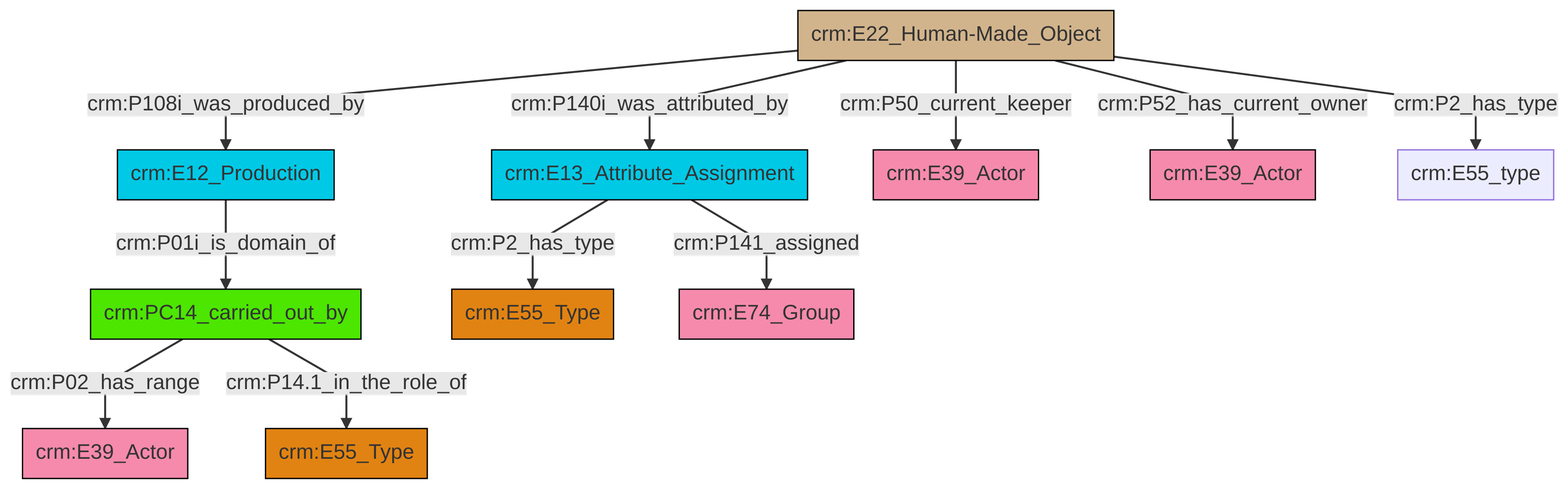
swiss-art-research-net/reference-data-models keeps this Mermaid diagram as et/artworkCSV/ttl/mmd/png/Artwork_Actor_Relations.png. Above is the earlier version. Its source is kept beside it as et/artworkCSV/ttl/mmd/Artwork_Actor_Relations.ttl.mmd.
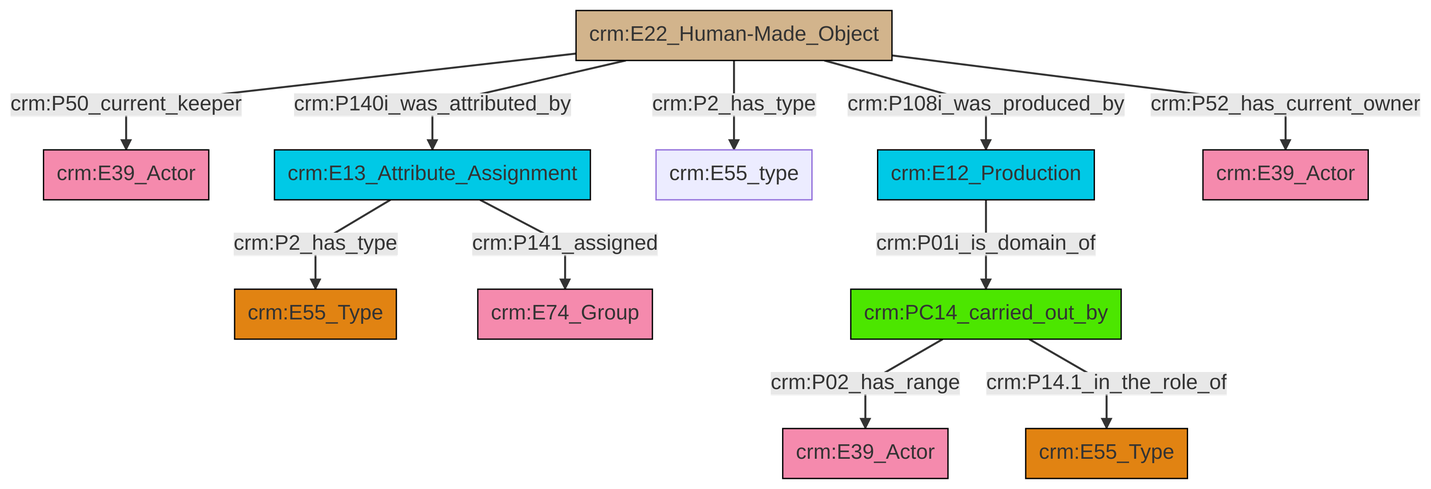
After the commit.

Change to the diagram source:
```diff
@@ -13,13 +13,13 @@
 classDef PC_Classes fill:#4ce600, stroke:#000000;
 classDef Multi fill:#cccccc,stroke:#000000;
 
-0["crm:E12_Production"]:::Temporal_Entity -->|crm:P01i_is_domain_of| 1["crm:PC14_carried_out_by"]:::PC_Classes
-4["crm:E22_Human-Made_Object"]:::Physical_Thing -->|crm:P140i_was_attributed_by| 5["crm:E13_Attribute_Assignment"]:::Temporal_Entity
-5["crm:E13_Attribute_Assignment"]:::Temporal_Entity -->|crm:P2_has_type| 2["crm:E55_Type"]:::Type
-4["crm:E22_Human-Made_Object"]:::Physical_Thing -->|crm:P50_current_keeper| 6["crm:E39_Actor"]:::Actor
-4["crm:E22_Human-Made_Object"]:::Physical_Thing -->|crm:P108i_was_produced_by| 0["crm:E12_Production"]:::Temporal_Entity
-4["crm:E22_Human-Made_Object"]:::Physical_Thing -->|crm:P52_has_current_owner| 14["crm:E39_Actor"]:::Actor
-4["crm:E22_Human-Made_Object"]:::Physical_Thing -->|crm:P2_has_type| 15["crm:E55_type"]:::Default
-1["crm:PC14_carried_out_by"]:::PC_Classes -->|crm:P02_has_range| 11["crm:E39_Actor"]:::Actor
-1["crm:PC14_carried_out_by"]:::PC_Classes -->|crm:P14.1_in_the_role_of| 7["crm:E55_Type"]:::Type
-5["crm:E13_Attribute_Assignment"]:::Temporal_Entity -->|crm:P141_assigned| 19["crm:E74_Group"]:::Actor
+0["crm:E22_Human-Made_Object"]:::Physical_Thing -->|crm:P50_current_keeper| 1["crm:E39_Actor"]:::Actor
+0["crm:E22_Human-Made_Object"]:::Physical_Thing -->|crm:P140i_was_attributed_by| 4["crm:E13_Attribute_Assignment"]:::Temporal_Entity
+0["crm:E22_Human-Made_Object"]:::Physical_Thing -->|crm:P2_has_type| 7["crm:E55_type"]:::Default
+4["crm:E13_Attribute_Assignment"]:::Temporal_Entity -->|crm:P2_has_type| 2["crm:E55_Type"]:::Type
+5["crm:PC14_carried_out_by"]:::PC_Classes -->|crm:P02_has_range| 14["crm:E39_Actor"]:::Actor
+0["crm:E22_Human-Made_Object"]:::Physical_Thing -->|crm:P108i_was_produced_by| 16["crm:E12_Production"]:::Temporal_Entity
+16["crm:E12_Production"]:::Temporal_Entity -->|crm:P01i_is_domain_of| 5["crm:PC14_carried_out_by"]:::PC_Classes
+5["crm:PC14_carried_out_by"]:::PC_Classes -->|crm:P14.1_in_the_role_of| 12["crm:E55_Type"]:::Type
+4["crm:E13_Attribute_Assignment"]:::Temporal_Entity -->|crm:P141_assigned| 9["crm:E74_Group"]:::Actor
+0["crm:E22_Human-Made_Object"]:::Physical_Thing -->|crm:P52_has_current_owner| 19["crm:E39_Actor"]:::Actor
```
